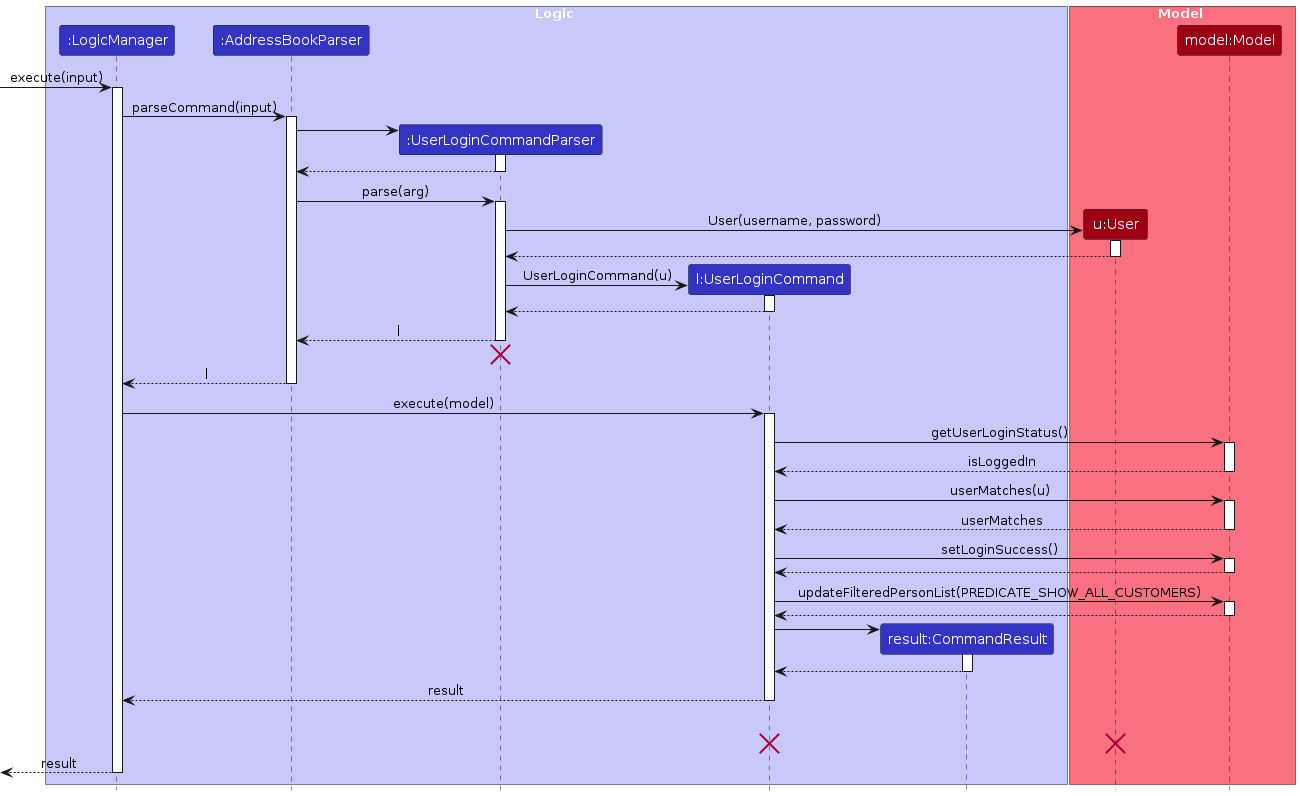
The PlantUML diagram diagrams/UserLoginSequenceDiagram.png in zhonghan721/tp, before a commit. Its source is kept beside it as diagrams/UserLoginSequenceDiagram.puml. Its diagram source:
```plantuml
@startuml
!include style.puml
skinparam ArrowFontStyle plain

box Logic LOGIC_COLOR_T1
participant ":LogicManager" as LogicManager LOGIC_COLOR
participant ":AddressBookParser" as AddressBookParser LOGIC_COLOR
participant ":UserLoginCommandParser" as UserLoginCommandParser LOGIC_COLOR
participant "l:UserLoginCommand" as UserLoginCommand LOGIC_COLOR
participant "result:CommandResult" as CommandResult LOGIC_COLOR
end box

box Model MODEL_COLOR_T1
participant "u:User" as User MODEL_COLOR
participant "model:Model" as Model MODEL_COLOR
end box
[-> LogicManager : execute(input)
activate LogicManager

LogicManager -> AddressBookParser : parseCommand(input)
activate AddressBookParser

create UserLoginCommandParser
AddressBookParser -> UserLoginCommandParser
activate UserLoginCommandParser

UserLoginCommandParser --> AddressBookParser
deactivate UserLoginCommandParser

AddressBookParser -> UserLoginCommandParser : parse(arg)
activate UserLoginCommandParser

create User
UserLoginCommandParser -> User : User(username, password)
activate User

User --> UserLoginCommandParser
deactivate User

create UserLoginCommand
UserLoginCommandParser -> UserLoginCommand : UserLoginCommand(u)
activate UserLoginCommand

UserLoginCommand --> UserLoginCommandParser
deactivate UserLoginCommand

UserLoginCommandParser --> AddressBookParser : l
deactivate UserLoginCommandParser
UserLoginCommandParser -[hidden]-> AddressBookParser
destroy UserLoginCommandParser

AddressBookParser --> LogicManager : l
deactivate AddressBookParser

LogicManager -> UserLoginCommand : execute(model)
activate UserLoginCommand

UserLoginCommand -> Model : getUserLoginStatus()
activate Model

Model --> UserLoginCommand : isLoggedIn
deactivate Model

UserLoginCommand -> Model : userMatches(u)
activate Model

Model --> UserLoginCommand : userMatches
deactivate Model

UserLoginCommand -> Model : setLoginSuccess()
activate Model

Model --> UserLoginCommand
deactivate Model

UserLoginCommand -> Model : updateFilteredPersonList(PREDICATE_SHOW_ALL_CUSTOMERS)
activate Model

Model --> UserLoginCommand
deactivate Model

create CommandResult
UserLoginCommand -> CommandResult
activate CommandResult

CommandResult --> UserLoginCommand
deactivate CommandResult

UserLoginCommand --> LogicManager : result
deactivate UserLoginCommand
UserLoginCommand -[hidden]-> LogicManager : result
User -[hidden]-> AddressBookParser
destroy UserLoginCommand
destroy User

[<--LogicManager : result
deactivate LogicManager
@enduml
```
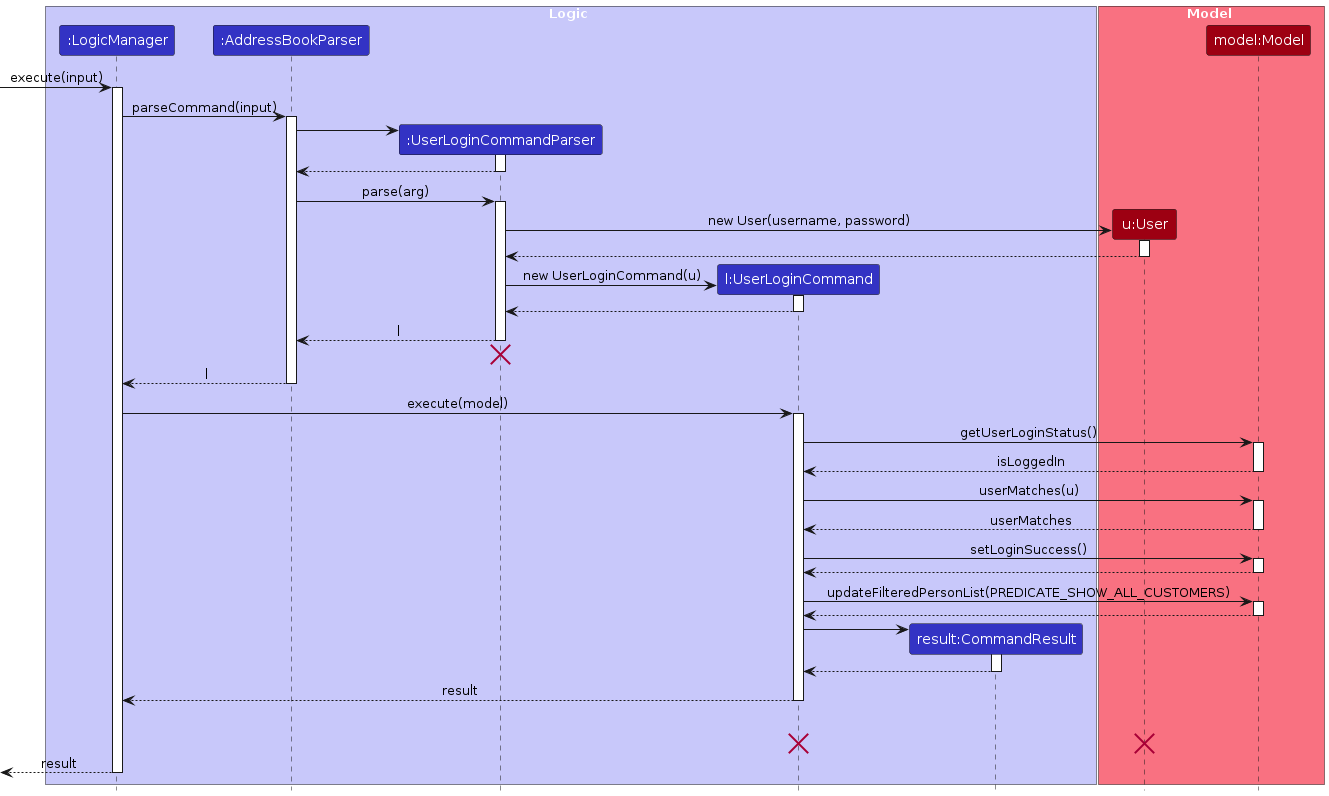
The same file after the commit.

Change to the diagram source:
```diff
@@ -31,14 +31,14 @@
 activate UserLoginCommandParser
 
 create User
-UserLoginCommandParser -> User : User(username, password)
+UserLoginCommandParser -> User : new User(username, password)
 activate User
 
 User --> UserLoginCommandParser
 deactivate User
 
 create UserLoginCommand
-UserLoginCommandParser -> UserLoginCommand : UserLoginCommand(u)
+UserLoginCommandParser -> UserLoginCommand : new UserLoginCommand(u)
 activate UserLoginCommand
 
 UserLoginCommand --> UserLoginCommandParser
```
